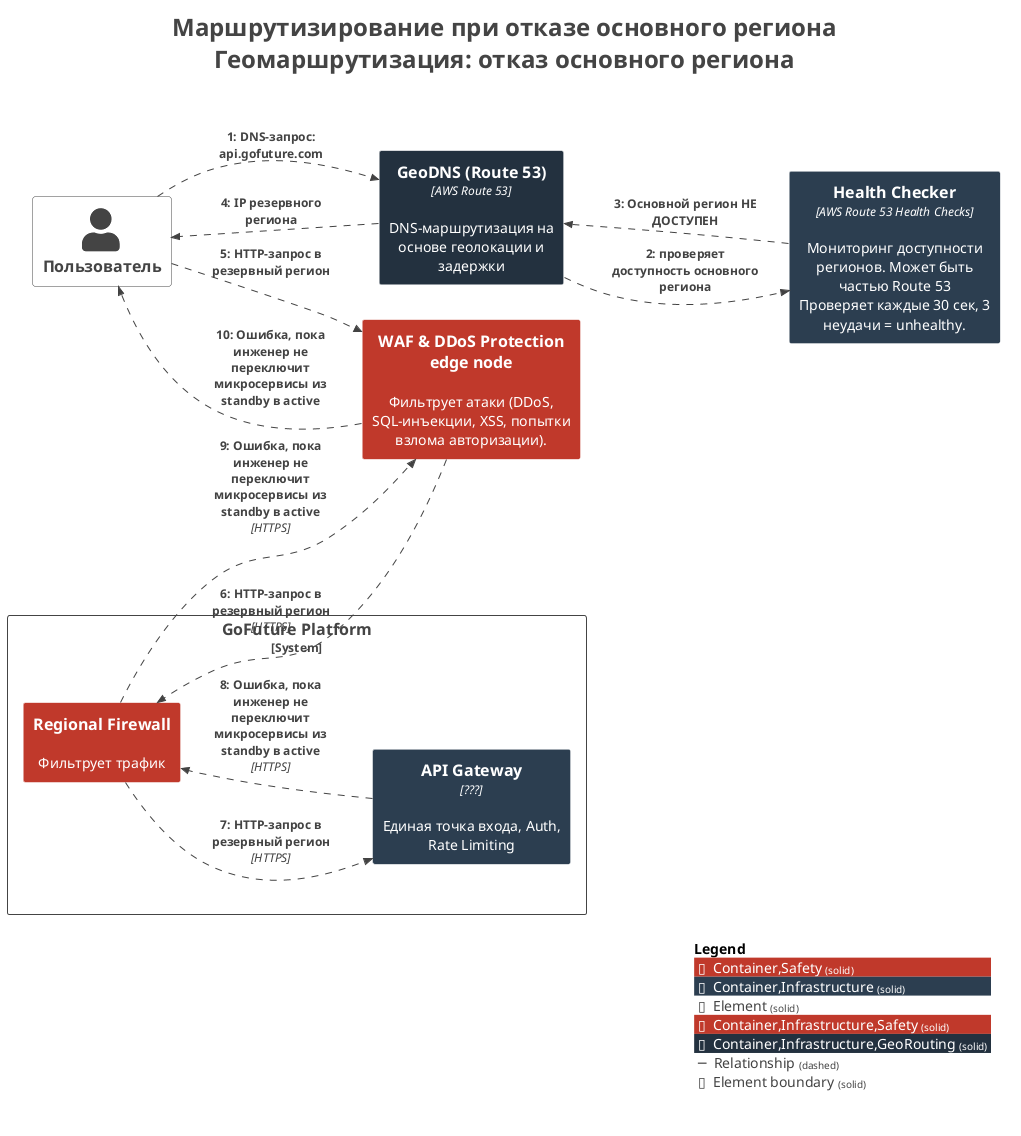
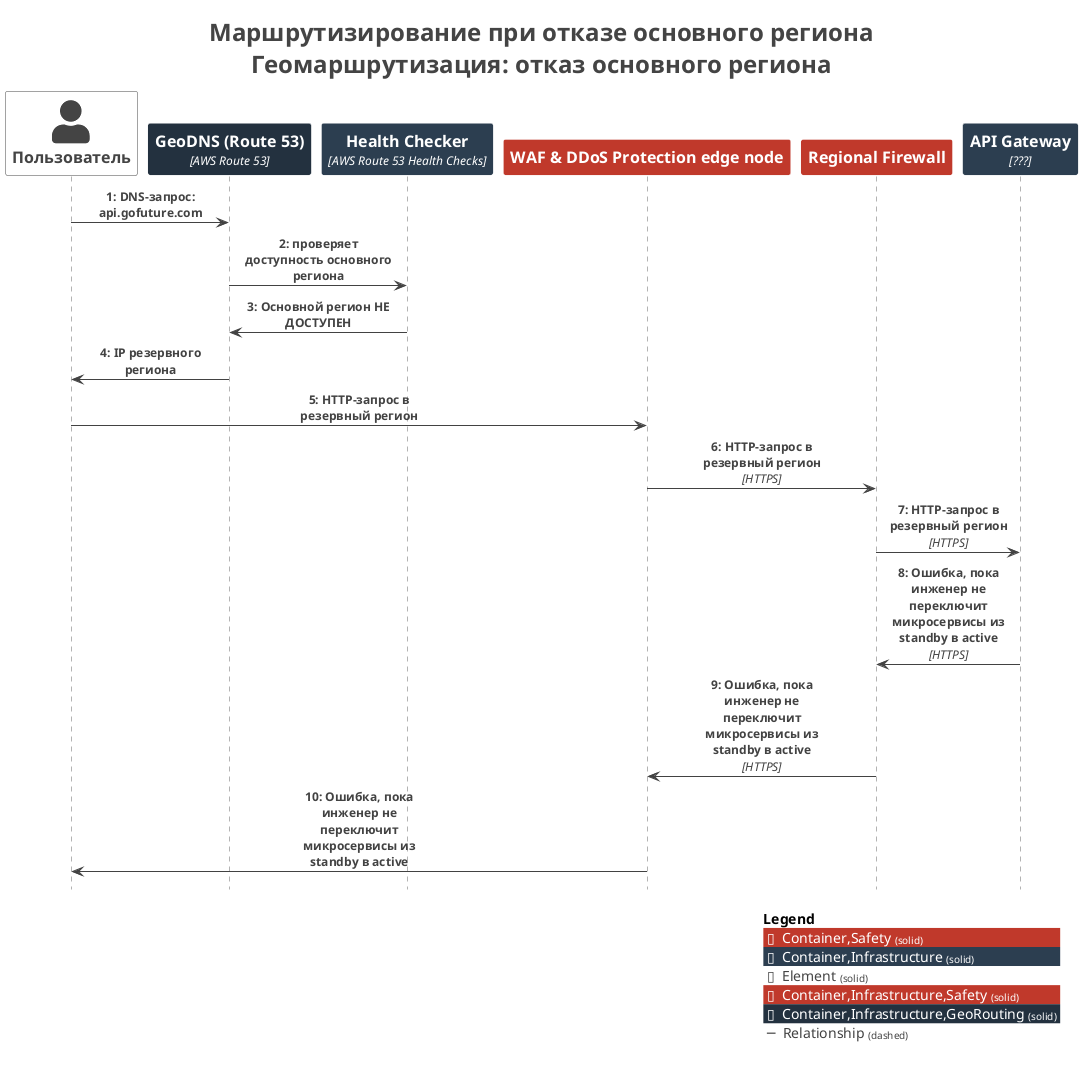
@startuml
title <size:24>Маршрутизирование при отказе основного региона</size>\n<size:24>Геомаршрутизация: отказ основного региона</size>

set separator none
- left to right direction

<style>
  root {
    BackgroundColor: #ffffff
    FontColor: #444444
  }
</style>

- !include <C4/C4>
- !include <C4/C4_Context>
- !include <C4/C4_Container>
+ !include <C4/C4_Sequence>

AddElementTag("Container,Safety", $bgColor="#c0392b", $borderColor="#ffffff", $fontColor="#ffffff", $sprite="", $shadowing="", $borderStyle="solid")
AddElementTag("Container,Infrastructure", $bgColor="#2c3e50", $borderColor="#ffffff", $fontColor="#ffffff", $sprite="", $shadowing="", $borderStyle="solid")
AddElementTag("Element", $bgColor="#ffffff", $borderColor="#444444", $fontColor="#444444", $sprite="", $shadowing="", $borderStyle="solid")
AddElementTag("Container,Infrastructure,Safety", $bgColor="#c0392b", $borderColor="#ffffff", $fontColor="#ffffff", $sprite="", $shadowing="", $borderStyle="solid")
AddElementTag("Container,Infrastructure,GeoRouting", $bgColor="#23313f", $borderColor="#ffffff", $fontColor="#ffffff", $sprite="", $shadowing="", $borderStyle="solid")

AddRelTag("Relationship", $textColor="#424242", $lineColor="#424242", $lineStyle = DashedLine())

- AddBoundaryTag("Element", $bgColor="#ffffff", $borderColor="#444444", $fontColor="#444444", $shadowing="", $borderStyle="solid")
- AddBoundaryTag("Infrastructure", $bgColor="#ffffff", $borderColor="#ffffff", $fontColor="#ffffff", $shadowing="", $borderStyle="solid")
- 
- System_Boundary("GoFuturePlatform_boundary", "GoFuture Platform", $tags="Element") {
-   Container(GoFuturePlatform.RegionalFirewall, "Regional Firewall", $techn="", $descr="Фильтрует трафик", $tags="Container,Infrastructure,Safety", $link="")
-   Container(GoFuturePlatform.APIGateway, "API Gateway", $techn="???", $descr="Единая точка входа, Auth, Rate Limiting", $tags="Container,Infrastructure", $link="")
- }
- 
- System_Boundary("GlobalInfrastructure_boundary", "Global Infrastructure", $tags="Infrastructure") {
-   Container(GlobalInfrastructure.GeoDNSRoute53, "GeoDNS (Route 53)", $techn="AWS Route 53", $descr="DNS-маршрутизация на основе геолокации и задержки", $tags="Container,Infrastructure,GeoRouting", $link="")
-   Container(GlobalInfrastructure.HealthChecker, "Health Checker", $techn="AWS Route 53 Health Checks", $descr="Мониторинг доступности регионов. Может быть частью Route 53\nПроверяет каждые 30 сек, 3 неудачи = unhealthy.", $tags="Container,Infrastructure", $link="")
-   Container(GlobalInfrastructure.WAFDDoSProtectionedgenode, "WAF & DDoS Protection edge node", $techn="", $descr="Фильтрует атаки (DDoS, SQL-инъекции, XSS, попытки взлома авторизации).", $tags="Container,Safety", $link="")
- }
- 
Person(Пользователь, "Пользователь", $descr="", $tags="Element", $link="")
+ Container(GlobalInfrastructure.GeoDNSRoute53, "GeoDNS (Route 53)", $techn="AWS Route 53", $descr="DNS-маршрутизация на основе геолокации и задержки", $tags="Container,Infrastructure,GeoRouting", $link="")
+ Container(GlobalInfrastructure.HealthChecker, "Health Checker", $techn="AWS Route 53 Health Checks", $descr="Мониторинг доступности регионов. Может быть частью Route 53\nПроверяет каждые 30 сек, 3 неудачи = unhealthy.", $tags="Container,Infrastructure", $link="")
+ Container(GlobalInfrastructure.WAFDDoSProtectionedgenode, "WAF & DDoS Protection edge node", $techn="", $descr="Фильтрует атаки (DDoS, SQL-инъекции, XSS, попытки взлома авторизации).", $tags="Container,Safety", $link="")
+ Container(GoFuturePlatform.RegionalFirewall, "Regional Firewall", $techn="", $descr="Фильтрует трафик", $tags="Container,Infrastructure,Safety", $link="")
+ Container(GoFuturePlatform.APIGateway, "API Gateway", $techn="???", $descr="Единая точка входа, Auth, Rate Limiting", $tags="Container,Infrastructure", $link="")

Rel(Пользователь, GlobalInfrastructure.GeoDNSRoute53, "1: DNS-запрос: api.gofuture.com", $techn="", $tags="Relationship", $link="")
Rel(GlobalInfrastructure.GeoDNSRoute53, GlobalInfrastructure.HealthChecker, "2: проверяет доступность основного региона", $techn="", $tags="Relationship", $link="")
Rel(GlobalInfrastructure.HealthChecker, GlobalInfrastructure.GeoDNSRoute53, "3: Основной регион НЕ ДОСТУПЕН", $techn="", $tags="Relationship", $link="")
Rel(GlobalInfrastructure.GeoDNSRoute53, Пользователь, "4: IP резервного региона", $techn="", $tags="Relationship", $link="")
Rel(Пользователь, GlobalInfrastructure.WAFDDoSProtectionedgenode, "5: HTTP-запрос в резервный регион", $techn="", $tags="Relationship", $link="")
Rel(GlobalInfrastructure.WAFDDoSProtectionedgenode, GoFuturePlatform.RegionalFirewall, "6: HTTP-запрос в резервный регион", $techn="HTTPS", $tags="Relationship", $link="")
Rel(GoFuturePlatform.RegionalFirewall, GoFuturePlatform.APIGateway, "7: HTTP-запрос в резервный регион", $techn="HTTPS", $tags="Relationship", $link="")
Rel(GoFuturePlatform.APIGateway, GoFuturePlatform.RegionalFirewall, "8: Ошибка, пока инженер не переключит микросервисы из standby в active", $techn="HTTPS", $tags="Relationship", $link="")
Rel(GoFuturePlatform.RegionalFirewall, GlobalInfrastructure.WAFDDoSProtectionedgenode, "9: Ошибка, пока инженер не переключит микросервисы из standby в active", $techn="HTTPS", $tags="Relationship", $link="")
Rel(GlobalInfrastructure.WAFDDoSProtectionedgenode, Пользователь, "10: Ошибка, пока инженер не переключит микросервисы из standby в active", $techn="", $tags="Relationship", $link="")

SHOW_LEGEND(true)
hide stereotypes
@enduml